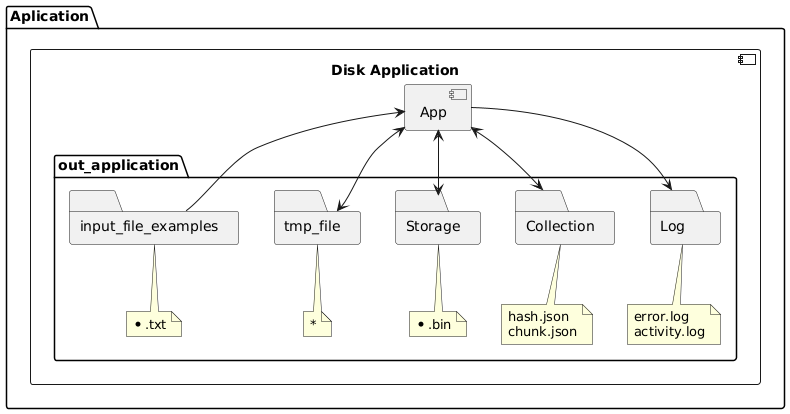
The PlantUML diagram out_application/doc/component-overview.png in psaraiva/lab-go-chunk, before a commit.
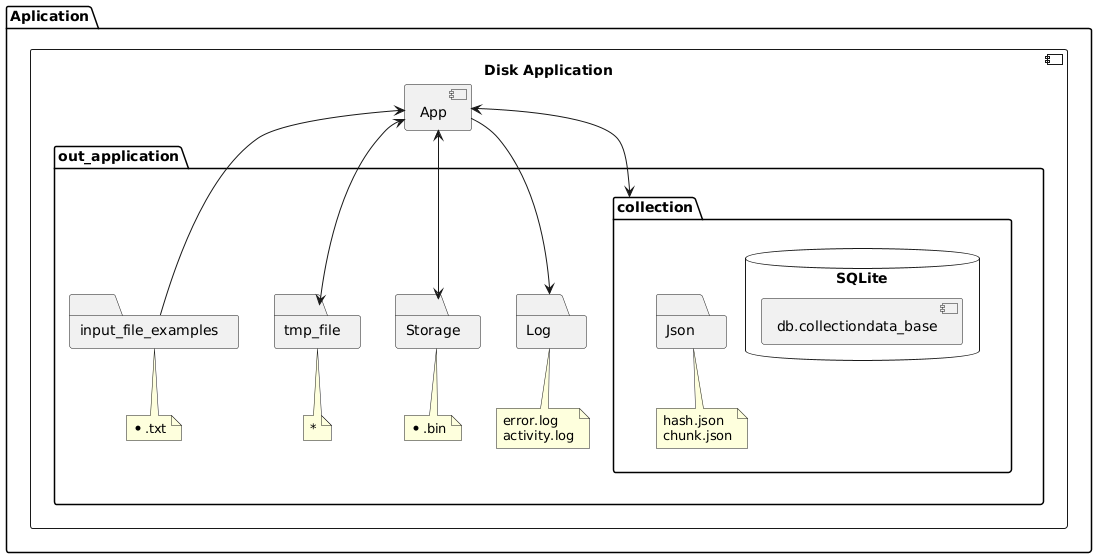
After the commit.

Diff of the diagram source:
```diff
@@ -8,19 +8,24 @@
         folder "out_application"{
             folder "Log"
             note bottom of "Log" : error.log\nactivity.log
-            folder "Collection"
-            note bottom of "Collection" : hash.json\nchunk.json
             folder "Storage"
             note bottom of "Storage" : *.bin
             folder "tmp_file"
             note bottom of "tmp_file" : *
             folder "input_file_examples"
             note bottom of "input_file_examples" : *.txt
+            folder "collection"{
+                folder "Json"
+                note bottom of "Json" : hash.json\nchunk.json
+                database "SQLite" {
+                    [db.collectiondata_base]
+                }
+            }
         }
     }
 }
 
-[Collection] <--> [App]
+[collection] <--> [App]
 [App] --> [Log]
 [App] <--> [Storage]
 [App] <--> [tmp_file]
```
